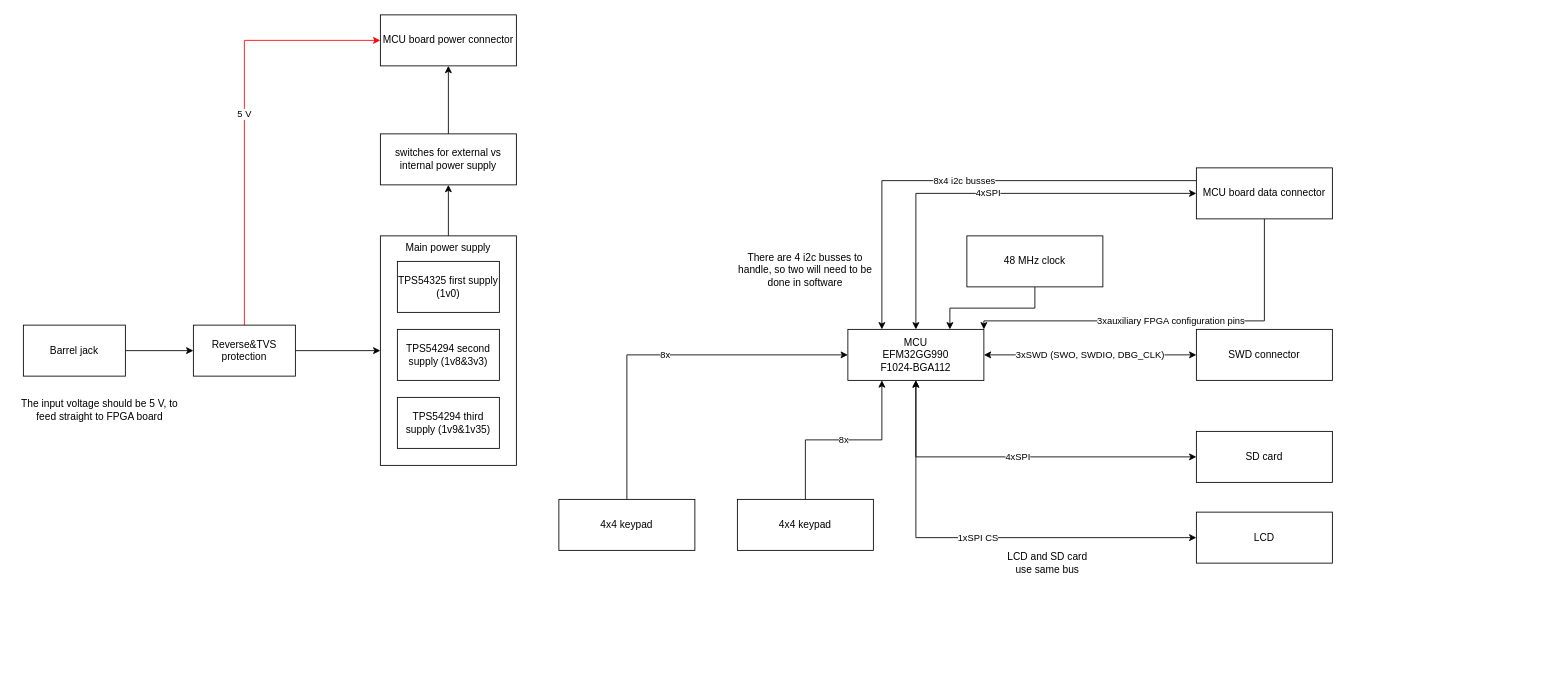
vgacentrifuge/pcb keeps this draw.io diagram as page "MCU board" (2 of 2) of vga_centrifuge.drawio. Above is the earlier version. Source tidied: cells renumbered, new cells numbered last; positions are measured from the earlier drawing's top-left corner, leaving out a move shared by most shapes. Both pictures are drawn from the tidied source at 85%, with x=0, y=0 at pixel (14, 14).
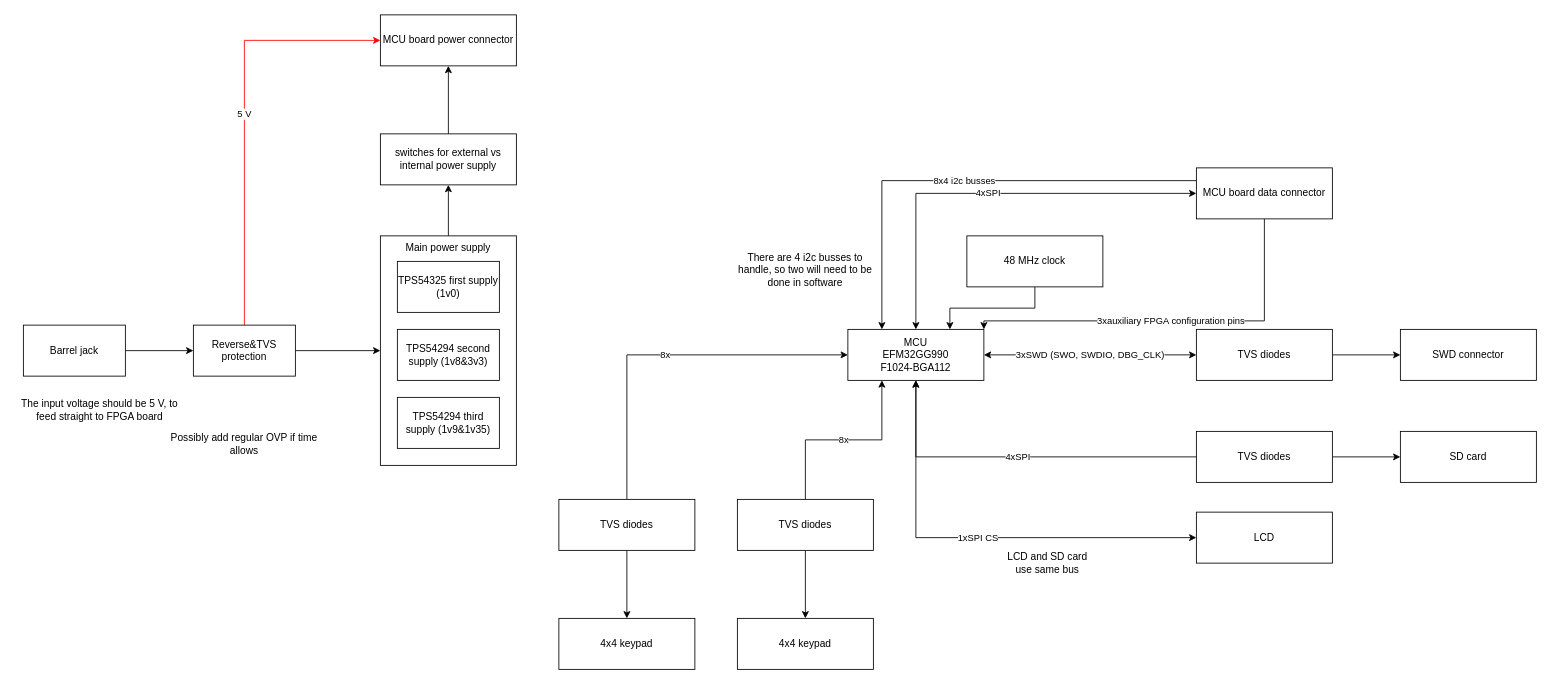
After the change.

The change refers to these unchanged cells:
```xml
<mxCell id="8" value="&lt;div&gt;MCU&lt;/div&gt;&lt;div&gt;EFM32GG990&lt;br&gt;&lt;/div&gt;F1024-BGA112" style="rounded=0;whiteSpace=wrap;html=1;strokeColor=default;fontColor=#000000;" parent="1" vertex="1">
  <mxGeometry x="980" y="370" width="160" height="60" as="geometry" />
</mxCell>
```

What changed in the source:
```diff
@@
-    <mxCell id="4" value="4xSPI" style="edgeStyle=orthogonalEdgeStyle;rounded=0;jumpStyle=arc;jettySize=auto;html=1;strokeColor=#000000;fontColor=#000000;startArrow=classic;startFill=1;endArrow=classic;endFill=1;" parent="1" edge="1" source="8" target="27">
+    <mxCell id="4" style="edgeStyle=orthogonalEdgeStyle;rounded=0;jumpStyle=arc;jettySize=auto;html=1;strokeColor=#000000;fontColor=#000000;startArrow=none;startFill=1;endArrow=classic;endFill=1;" parent="1" edge="1" source="39" target="27">
       <mxGeometry relative="1" as="geometry">
         <Array as="points">
-          <mxPoint x="1060" y="520" />
+          <mxPoint x="1470" y="520" />
+          <mxPoint x="1470" y="520" />
         </Array>
       </mxGeometry>
     </mxCell>
@@
+    <mxCell id="35" style="edgeStyle=orthogonalEdgeStyle;rounded=0;jettySize=auto;html=1;strokeColor=#000000;" parent="1" edge="1" source="9" target="41">
+      <mxGeometry relative="1" as="geometry" />
+    </mxCell>
-    <mxCell id="9" value="SWD connector" style="rounded=0;whiteSpace=wrap;html=1;strokeColor=default;fontColor=#000000;" parent="1" vertex="1">
+    <mxCell id="9" value="TVS diodes" style="rounded=0;whiteSpace=wrap;html=1;strokeColor=default;fontColor=#000000;" parent="1" vertex="1">
       <mxGeometry x="1390" y="370" width="160" height="60" as="geometry" />
     </mxCell>
@@
     <mxCell id="27" value="SD card" style="rounded=0;whiteSpace=wrap;html=1;strokeColor=default;fontColor=#000000;" parent="1" vertex="1">
-      <mxGeometry x="1390" y="490" width="160" height="60" as="geometry" />
+      <mxGeometry x="1630" y="490" width="160" height="60" as="geometry" />
     </mxCell>
@@
+    <mxCell id="36" style="edgeStyle=orthogonalEdgeStyle;rounded=0;jettySize=auto;html=1;strokeColor=#000000;" parent="1" edge="1" source="30" target="42">
+      <mxGeometry relative="1" as="geometry" />
+    </mxCell>
-    <mxCell id="30" value="4x4 keypad" style="rounded=0;whiteSpace=wrap;html=1;strokeColor=default;fontColor=#000000;" parent="1" vertex="1">
+    <mxCell id="30" value="TVS diodes" style="rounded=0;whiteSpace=wrap;html=1;strokeColor=default;fontColor=#000000;" parent="1" vertex="1">
       <mxGeometry x="850" y="570" width="160" height="60" as="geometry" />
     </mxCell>
+    <mxCell id="37" style="edgeStyle=orthogonalEdgeStyle;rounded=0;jettySize=auto;html=1;strokeColor=#000000;" parent="1" edge="1" source="31" target="43">
+      <mxGeometry relative="1" as="geometry" />
+    </mxCell>
-    <mxCell id="31" value="4x4 keypad" style="rounded=0;whiteSpace=wrap;html=1;strokeColor=default;fontColor=#000000;" parent="1" vertex="1">
+    <mxCell id="31" value="TVS diodes" style="rounded=0;whiteSpace=wrap;html=1;strokeColor=default;fontColor=#000000;" parent="1" vertex="1">
       <mxGeometry x="640" y="570" width="160" height="60" as="geometry" />
     </mxCell>
@@
+    <mxCell id="38" value="Possibly add regular OVP if time allows" style="text;html=1;strokeColor=none;fillColor=none;align=center;verticalAlign=middle;whiteSpace=wrap;rounded=0;fontColor=#000000;" parent="1" vertex="1">
+      <mxGeometry x="170" y="490" width="200" height="30" as="geometry" />
+    </mxCell>
+    <mxCell id="39" value="TVS diodes" style="rounded=0;whiteSpace=wrap;html=1;strokeColor=default;fontColor=#000000;" parent="1" vertex="1">
+      <mxGeometry x="1390" y="490" width="160" height="60" as="geometry" />
+    </mxCell>
+    <mxCell id="40" value="4xSPI" style="edgeStyle=orthogonalEdgeStyle;rounded=0;jumpStyle=arc;jettySize=auto;html=1;strokeColor=#000000;fontColor=#000000;startArrow=classic;startFill=1;endArrow=none;endFill=1;" parent="1" edge="1" source="8" target="39">
+      <mxGeometry relative="1" as="geometry">
+        <Array as="points">
+          <mxPoint x="1060" y="520" />
+        </Array>
+      </mxGeometry>
+    </mxCell>
+    <mxCell id="41" value="SWD connector" style="rounded=0;whiteSpace=wrap;html=1;strokeColor=default;fontColor=#000000;" parent="1" vertex="1">
+      <mxGeometry x="1630" y="370" width="160" height="60" as="geometry" />
+    </mxCell>
+    <mxCell id="42" value="4x4 keypad" style="rounded=0;whiteSpace=wrap;html=1;strokeColor=default;fontColor=#000000;" parent="1" vertex="1">
+      <mxGeometry x="850" y="710" width="160" height="60" as="geometry" />
+    </mxCell>
+    <mxCell id="43" value="4x4 keypad" style="rounded=0;whiteSpace=wrap;html=1;strokeColor=default;fontColor=#000000;" parent="1" vertex="1">
+      <mxGeometry x="640" y="710" width="160" height="60" as="geometry" />
+    </mxCell>
```
